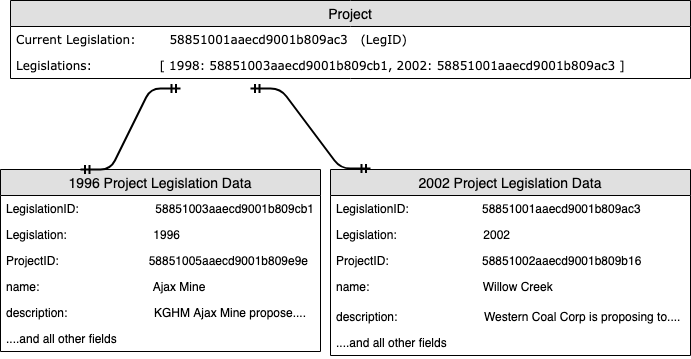
This is dev_guides/diagrams/EAR_model.png from bcgov/eagle-dev-guides, a draw.io export, as it was before one commit. Source tidied: cells renumbered, new cells last; positions are measured from the earlier drawing's top-left corner, leaving out a move shared by most shapes.
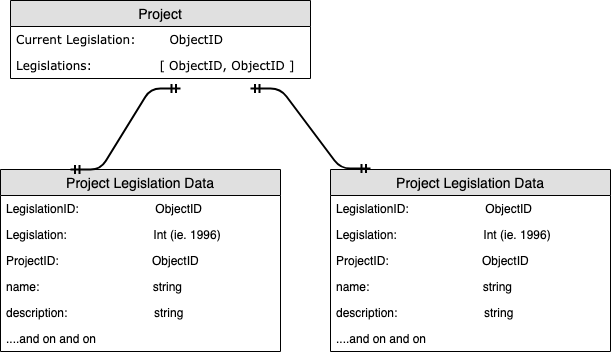
The same file after the commit.

Commit message:
fix year in example diagram

The edit, as a diff of the source:
```diff
@@ -3,55 +3,55 @@
     <mxCell id="0" />
     <mxCell id="1" parent="0" />
     <mxCell id="2" value="Project" style="swimlane;fontStyle=0;horizontal=1;startSize=26;fillColor=#e0e0e0;swimlaneFillColor=#ffffff;align=center;fontSize=14;" parent="1" vertex="1">
-      <mxGeometry x="10" width="680" height="78" as="geometry" />
+      <mxGeometry x="10" width="300" height="78" as="geometry" />
     </mxCell>
-    <mxCell id="3" value="Current Legislation:        58851001aaecd9001b809ac3   (LegID)" style="text;strokeColor=none;fillColor=none;spacingLeft=4;spacingRight=4;overflow=hidden;fontSize=12;fontFamily=Verdana;" parent="2" vertex="1">
-      <mxGeometry y="26" width="680" height="26" as="geometry" />
+    <mxCell id="3" value="Current Legislation:        ObjectID" style="text;strokeColor=none;fillColor=none;spacingLeft=4;spacingRight=4;overflow=hidden;fontSize=12;fontFamily=Verdana;" parent="2" vertex="1">
+      <mxGeometry y="26" width="300" height="26" as="geometry" />
     </mxCell>
-    <mxCell id="4" value="Legislations:                [ 1998: 58851003aaecd9001b809cb1, 2002: 58851001aaecd9001b809ac3 ]" style="text;strokeColor=none;fillColor=none;spacingLeft=4;spacingRight=4;overflow=hidden;fontSize=12;fontFamily=Verdana;" parent="2" vertex="1">
-      <mxGeometry y="52" width="680" height="26" as="geometry" />
+    <mxCell id="4" value="Legislations:                [ ObjectID, ObjectID ]" style="text;strokeColor=none;fillColor=none;spacingLeft=4;spacingRight=4;overflow=hidden;fontSize=12;fontFamily=Verdana;" parent="2" vertex="1">
+      <mxGeometry y="52" width="300" height="26" as="geometry" />
     </mxCell>
-    <mxCell id="5" value="1996 Project Legislation Data" style="swimlane;fontStyle=0;horizontal=1;startSize=26;fillColor=#e0e0e0;swimlaneFillColor=#ffffff;align=center;fontSize=14;" parent="1" vertex="1">
-      <mxGeometry y="169" width="320" height="182" as="geometry" />
+    <mxCell id="5" value="Project Legislation Data" style="swimlane;fontStyle=0;horizontal=1;startSize=26;fillColor=#e0e0e0;swimlaneFillColor=#ffffff;align=center;fontSize=14;" parent="1" vertex="1">
+      <mxGeometry y="169" width="280" height="182" as="geometry" />
     </mxCell>
-    <mxCell id="6" value="LegislationID:                       58851003aaecd9001b809cb1" style="text;strokeColor=none;fillColor=none;spacingLeft=4;spacingRight=4;overflow=hidden;fontSize=12;" parent="5" vertex="1">
-      <mxGeometry y="26" width="320" height="26" as="geometry" />
+    <mxCell id="6" value="LegislationID:                       ObjectID" style="text;strokeColor=none;fillColor=none;spacingLeft=4;spacingRight=4;overflow=hidden;fontSize=12;" parent="5" vertex="1">
+      <mxGeometry y="26" width="280" height="26" as="geometry" />
     </mxCell>
-    <mxCell id="7" value="Legislation:                          1996" style="text;strokeColor=none;fillColor=none;spacingLeft=4;spacingRight=4;overflow=hidden;fontSize=12;" parent="5" vertex="1">
-      <mxGeometry y="52" width="320" height="26" as="geometry" />
+    <mxCell id="7" value="Legislation:                          Int (ie. 1996)" style="text;strokeColor=none;fillColor=none;spacingLeft=4;spacingRight=4;overflow=hidden;fontSize=12;" parent="5" vertex="1">
+      <mxGeometry y="52" width="280" height="26" as="geometry" />
     </mxCell>
-    <mxCell id="8" value="ProjectID:                           58851005aaecd9001b809e9e" style="text;strokeColor=none;fillColor=none;spacingLeft=4;spacingRight=4;overflow=hidden;fontSize=12;" parent="5" vertex="1">
-      <mxGeometry y="78" width="320" height="26" as="geometry" />
+    <mxCell id="8" value="ProjectID:                            ObjectID" style="text;strokeColor=none;fillColor=none;spacingLeft=4;spacingRight=4;overflow=hidden;fontSize=12;" parent="5" vertex="1">
+      <mxGeometry y="78" width="280" height="26" as="geometry" />
     </mxCell>
-    <mxCell id="9" value="name:                                  Ajax Mine" style="text;strokeColor=none;fillColor=none;spacingLeft=4;spacingRight=4;overflow=hidden;fontSize=12;" parent="5" vertex="1">
-      <mxGeometry y="104" width="320" height="26" as="geometry" />
+    <mxCell id="9" value="name:                                  string" style="text;strokeColor=none;fillColor=none;spacingLeft=4;spacingRight=4;overflow=hidden;fontSize=12;" parent="5" vertex="1">
+      <mxGeometry y="104" width="280" height="26" as="geometry" />
     </mxCell>
-    <mxCell id="10" value="description:                          KGHM Ajax Mine propose...." style="text;strokeColor=none;fillColor=none;spacingLeft=4;spacingRight=4;overflow=hidden;fontSize=12;" parent="5" vertex="1">
-      <mxGeometry y="130" width="320" height="26" as="geometry" />
+    <mxCell id="10" value="description:                          string" style="text;strokeColor=none;fillColor=none;spacingLeft=4;spacingRight=4;overflow=hidden;fontSize=12;" parent="5" vertex="1">
+      <mxGeometry y="130" width="280" height="26" as="geometry" />
     </mxCell>
-    <mxCell id="11" value="....and all other fields" style="text;strokeColor=none;fillColor=none;spacingLeft=4;spacingRight=4;overflow=hidden;fontSize=12;" parent="5" vertex="1">
-      <mxGeometry y="156" width="320" height="26" as="geometry" />
+    <mxCell id="11" value="....and on and on" style="text;strokeColor=none;fillColor=none;spacingLeft=4;spacingRight=4;overflow=hidden;fontSize=12;" parent="5" vertex="1">
+      <mxGeometry y="156" width="280" height="26" as="geometry" />
     </mxCell>
-    <mxCell id="12" value="2002 Project Legislation Data" style="swimlane;fontStyle=0;horizontal=1;startSize=26;fillColor=#e0e0e0;swimlaneFillColor=#ffffff;align=center;fontSize=14;" parent="1" vertex="1">
-      <mxGeometry x="330" y="169" width="360" height="186" as="geometry" />
+    <mxCell id="12" value="Project Legislation Data" style="swimlane;fontStyle=0;horizontal=1;startSize=26;fillColor=#e0e0e0;swimlaneFillColor=#ffffff;align=center;fontSize=14;" parent="1" vertex="1">
+      <mxGeometry x="330" y="169" width="280" height="182" as="geometry" />
     </mxCell>
-    <mxCell id="13" value="LegislationID:                      58851001aaecd9001b809ac3" style="text;strokeColor=none;fillColor=none;spacingLeft=4;spacingRight=4;overflow=hidden;fontSize=12;" parent="12" vertex="1">
-      <mxGeometry y="26" width="360" height="26" as="geometry" />
+    <mxCell id="13" value="LegislationID:                       ObjectID" style="text;strokeColor=none;fillColor=none;spacingLeft=4;spacingRight=4;overflow=hidden;fontSize=12;" parent="12" vertex="1">
+      <mxGeometry y="26" width="280" height="26" as="geometry" />
     </mxCell>
-    <mxCell id="14" value="Legislation:                          2002" style="text;strokeColor=none;fillColor=none;spacingLeft=4;spacingRight=4;overflow=hidden;fontSize=12;" parent="12" vertex="1">
-      <mxGeometry y="52" width="360" height="26" as="geometry" />
+    <mxCell id="14" value="Legislation:                          Int (ie. 1996)" style="text;strokeColor=none;fillColor=none;spacingLeft=4;spacingRight=4;overflow=hidden;fontSize=12;" parent="12" vertex="1">
+      <mxGeometry y="52" width="280" height="26" as="geometry" />
     </mxCell>
-    <mxCell id="15" value="ProjectID:                            58851002aaecd9001b809b16" style="text;strokeColor=none;fillColor=none;spacingLeft=4;spacingRight=4;overflow=hidden;fontSize=12;" parent="12" vertex="1">
-      <mxGeometry y="78" width="360" height="26" as="geometry" />
+    <mxCell id="15" value="ProjectID:                            ObjectID" style="text;strokeColor=none;fillColor=none;spacingLeft=4;spacingRight=4;overflow=hidden;fontSize=12;" parent="12" vertex="1">
+      <mxGeometry y="78" width="280" height="26" as="geometry" />
     </mxCell>
-    <mxCell id="16" value="name:                                  Willow Creek" style="text;strokeColor=none;fillColor=none;spacingLeft=4;spacingRight=4;overflow=hidden;fontSize=12;" parent="12" vertex="1">
-      <mxGeometry y="104" width="360" height="30" as="geometry" />
+    <mxCell id="16" value="name:                                  string" style="text;strokeColor=none;fillColor=none;spacingLeft=4;spacingRight=4;overflow=hidden;fontSize=12;" parent="12" vertex="1">
+      <mxGeometry y="104" width="280" height="26" as="geometry" />
     </mxCell>
-    <mxCell id="17" value="description:                          Western Coal Corp is proposing to...." style="text;strokeColor=none;fillColor=none;spacingLeft=4;spacingRight=4;overflow=hidden;fontSize=12;" parent="12" vertex="1">
-      <mxGeometry y="134" width="360" height="26" as="geometry" />
+    <mxCell id="17" value="description:                          string" style="text;strokeColor=none;fillColor=none;spacingLeft=4;spacingRight=4;overflow=hidden;fontSize=12;" parent="12" vertex="1">
+      <mxGeometry y="130" width="280" height="26" as="geometry" />
     </mxCell>
-    <mxCell id="18" value="....and all other fields" style="text;strokeColor=none;fillColor=none;spacingLeft=4;spacingRight=4;overflow=hidden;fontSize=12;" parent="12" vertex="1">
-      <mxGeometry y="160" width="360" height="26" as="geometry" />
+    <mxCell id="18" value="....and on and on" style="text;strokeColor=none;fillColor=none;spacingLeft=4;spacingRight=4;overflow=hidden;fontSize=12;" parent="12" vertex="1">
+      <mxGeometry y="156" width="280" height="26" as="geometry" />
     </mxCell>
     <mxCell id="19" style="edgeStyle=entityRelationEdgeStyle;fontSize=12;html=1;endArrow=ERmandOne;startArrow=ERmandOne;strokeWidth=2;exitX=0.25;exitY=0;exitDx=0;exitDy=0;" parent="1" edge="1" source="5">
       <mxGeometry relative="1" as="geometry">
```
